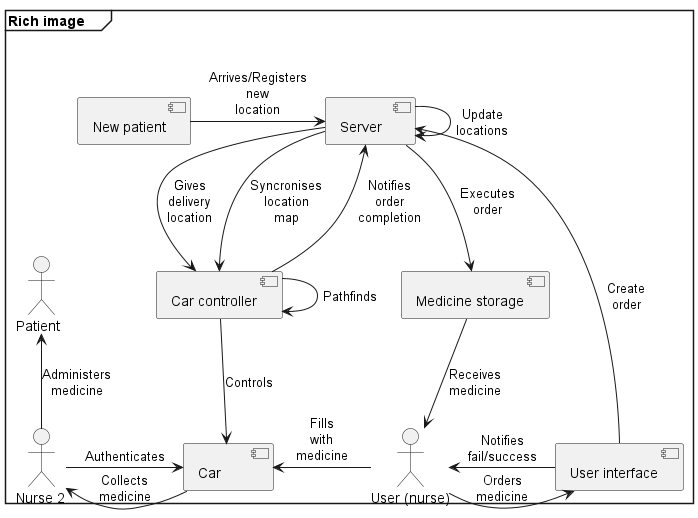
Above: docs/diagrams/out/Project Concept/Project concept.png in lineklemensen/PRJ3 (PlantUML), before the change.
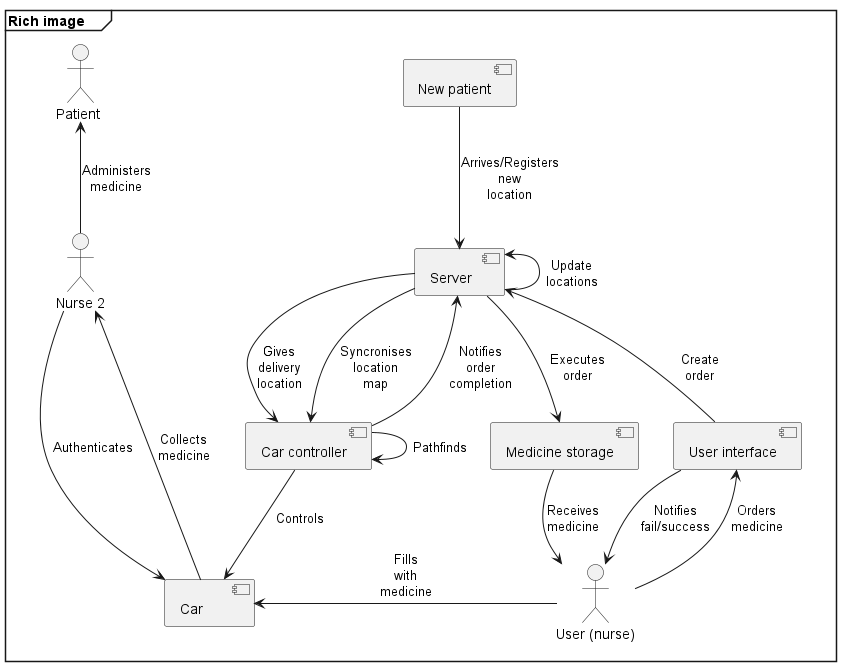
Above is the later version.

Diff of the diagram source:
```diff
@@ -19,17 +19,18 @@
 carCon -u-> srv : Notifies order completion
 carCon -d-> car : Controls
 meds -d-> usr : Receives medicine
-nurse2 -r-> car : Authenticates
+nurse2 ---> car : Authenticates
 nurse2 -u-> pat : Administers medicine
 srv -d-> carCon : Gives delivery location
 srv -d-> meds : Executes order
-ui -l-> usr : Notifies fail/success
+ui -d-> usr : Notifies fail/success
 ui -u-> srv : Create order
 usr -l-> car : Fills with medicine
-usr -r-> ui : Orders medicine
+usr -u-> ui : Orders medicine
 carCon --> carCon : Pathfinds
-pat2 -r-> srv : Arrives/Registers new location
-srv --> srv : Update locations
+pat2 -d-> srv : Arrives/Registers new location
+srv -u-> srv : Update locations
 srv --> carCon : Syncronises location map
 
+ui -[hidden]-> ui
 @enduml
```
